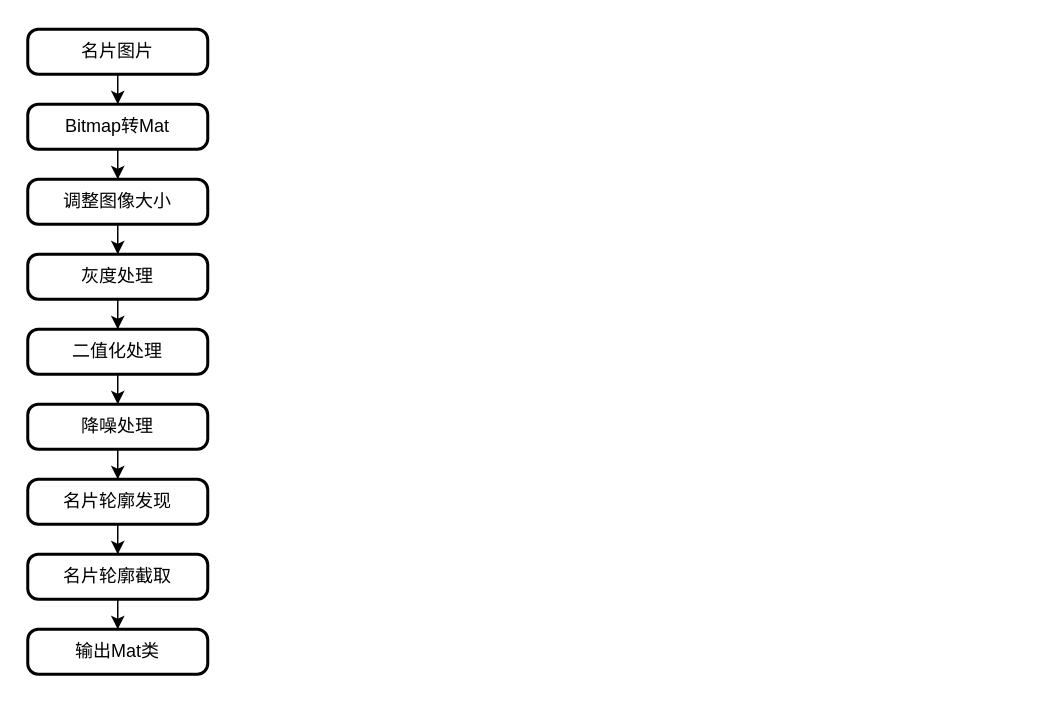
BestLmy/bestlmy keeps this draw.io diagram as SchoolWork/未命名绘图.drawio. Above is the earlier version. Source tidied: cells renumbered, new cells numbered last; positions are measured from the earlier drawing's top-left corner, leaving out a move shared by most shapes. Both pictures are drawn from the tidied source at 150%, with x=0, y=0 at pixel (27, 28).
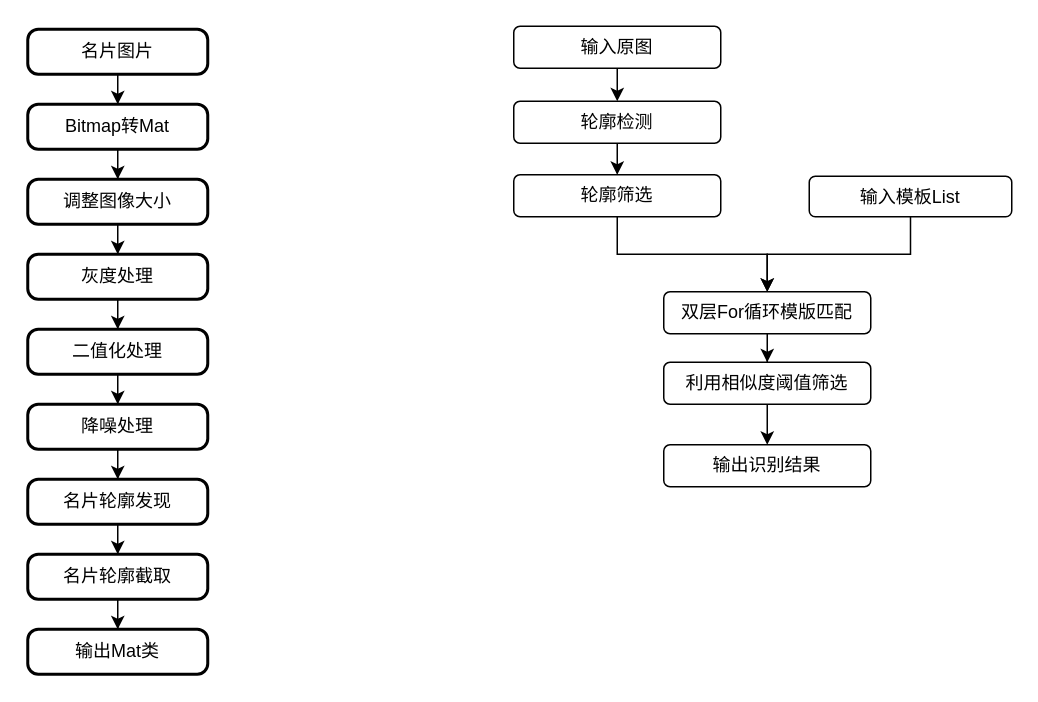
The same page after the edit.

Commit message:
Update 未命名绘图.drawio

The edit, as a diff of the source:
```diff
@@
+    <mxCell id="19" style="edgeStyle=orthogonalEdgeStyle;rounded=0;jettySize=auto;html=1;" parent="1" edge="1" source="20" target="22">
+      <mxGeometry relative="1" as="geometry" />
+    </mxCell>
+    <mxCell id="20" value="输入原图" style="rounded=1;whiteSpace=wrap;html=1;" parent="1" vertex="1">
+      <mxGeometry x="324" y="-2" width="138" height="28" as="geometry" />
+    </mxCell>
+    <mxCell id="21" style="edgeStyle=orthogonalEdgeStyle;rounded=0;jettySize=auto;html=1;" parent="1" edge="1" source="22" target="24">
+      <mxGeometry relative="1" as="geometry" />
+    </mxCell>
+    <mxCell id="22" value="轮廓检测" style="rounded=1;whiteSpace=wrap;html=1;" parent="1" vertex="1">
+      <mxGeometry x="324" y="48" width="138" height="28" as="geometry" />
+    </mxCell>
+    <mxCell id="23" style="edgeStyle=orthogonalEdgeStyle;rounded=0;jettySize=auto;html=1;" parent="1" edge="1" source="24" target="26">
+      <mxGeometry relative="1" as="geometry" />
+    </mxCell>
+    <mxCell id="24" value="轮廓筛选" style="rounded=1;whiteSpace=wrap;html=1;" parent="1" vertex="1">
+      <mxGeometry x="324" y="97" width="138" height="28" as="geometry" />
+    </mxCell>
+    <mxCell id="25" style="edgeStyle=orthogonalEdgeStyle;rounded=0;jettySize=auto;html=1;" parent="1" edge="1" source="26" target="30">
+      <mxGeometry relative="1" as="geometry" />
+    </mxCell>
+    <mxCell id="26" value="双层For循环模版匹配" style="rounded=1;whiteSpace=wrap;html=1;" parent="1" vertex="1">
+      <mxGeometry x="424" y="175" width="138" height="28" as="geometry" />
+    </mxCell>
+    <mxCell id="27" style="edgeStyle=orthogonalEdgeStyle;rounded=0;jettySize=auto;html=1;entryX=0.5;entryY=0;entryDx=0;entryDy=0;" parent="1" edge="1" source="28" target="26">
+      <mxGeometry relative="1" as="geometry" />
+    </mxCell>
+    <mxCell id="28" value="输入模板List" style="rounded=1;whiteSpace=wrap;html=1;" parent="1" vertex="1">
+      <mxGeometry x="521" y="98" width="135" height="27" as="geometry" />
+    </mxCell>
+    <mxCell id="29" style="edgeStyle=orthogonalEdgeStyle;rounded=0;jettySize=auto;html=1;" parent="1" edge="1" source="30" target="31">
+      <mxGeometry relative="1" as="geometry" />
+    </mxCell>
+    <mxCell id="30" value="利用相似度阈值筛选" style="rounded=1;whiteSpace=wrap;html=1;" parent="1" vertex="1">
+      <mxGeometry x="424" y="222" width="138" height="28" as="geometry" />
+    </mxCell>
+    <mxCell id="31" value="输出识别结果" style="rounded=1;whiteSpace=wrap;html=1;" parent="1" vertex="1">
+      <mxGeometry x="424" y="277" width="138" height="28" as="geometry" />
+    </mxCell>
```
